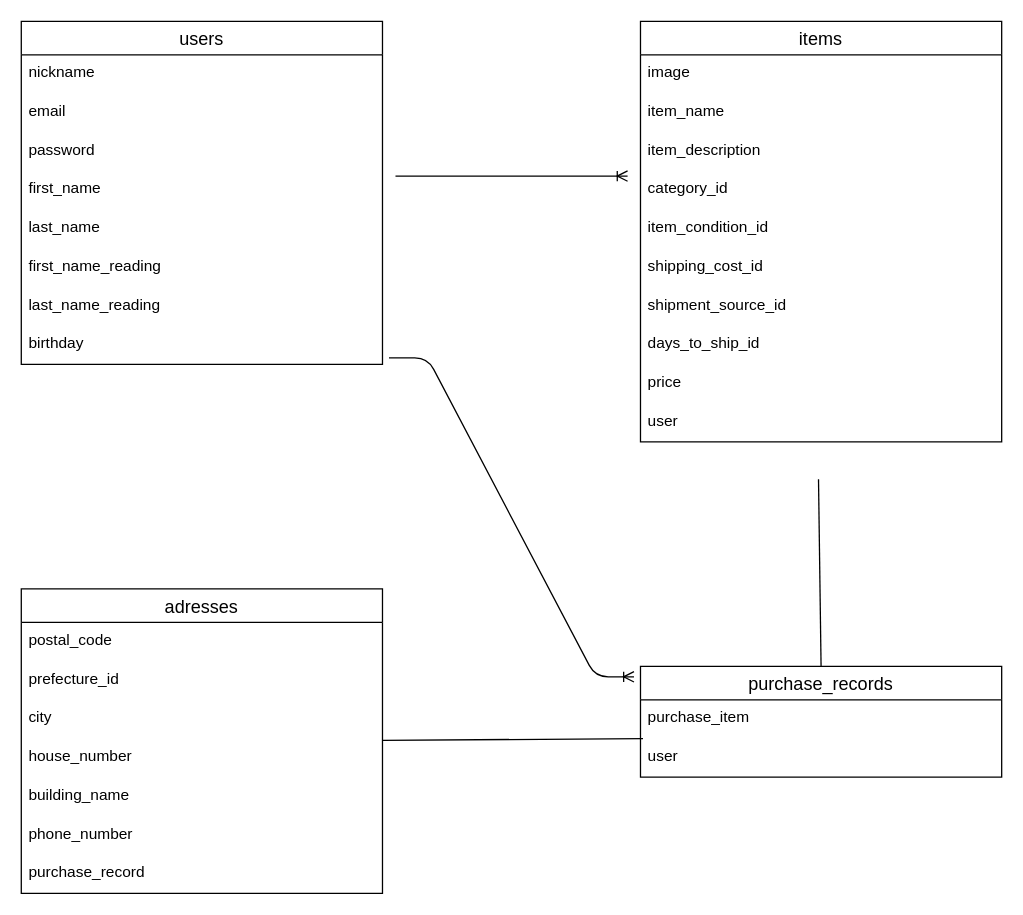
The draw.io diagram er.dio in tkm-mkzk/furima-32123, before the edit. Source tidied: cells renumbered, new cells numbered last; positions are measured from the earlier drawing's top-left corner, leaving out a move shared by most shapes. Both pictures are drawn from the tidied source at 129%, with x=0, y=0 at pixel (21, 21).
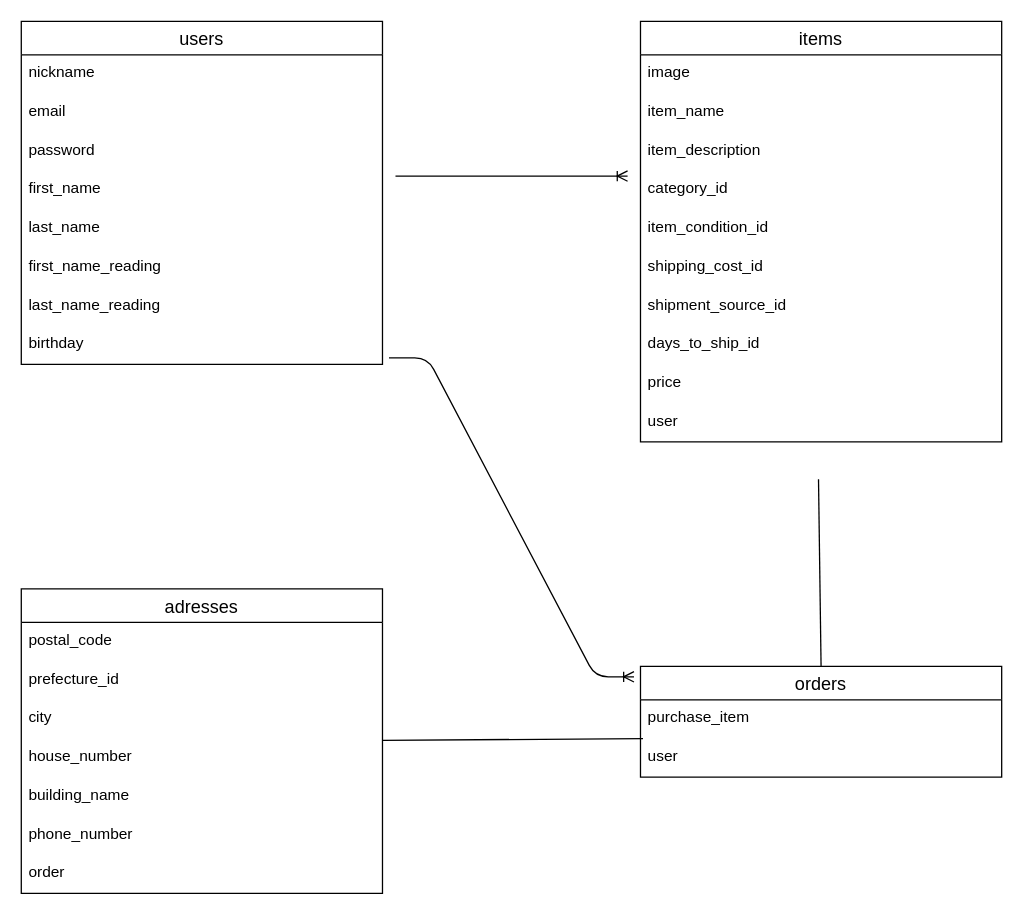
Above is the later version.

Unchanged cells that the change refers to:
```xml
<mxCell id="22" value="adresses" style="swimlane;fontStyle=0;horizontal=1;startSize=26;align=center;fontSize=14;" parent="1" vertex="1">
  <mxGeometry y="440" width="280" height="236" as="geometry" />
</mxCell>
```

Change to the diagram source:
```diff
@@
-    <mxCell id="29" value="purchase_record" style="text;strokeColor=none;fillColor=none;spacingLeft=4;spacingRight=4;overflow=hidden;fontSize=12;" parent="22" vertex="1">
+    <mxCell id="29" value="order" style="text;strokeColor=none;fillColor=none;spacingLeft=4;spacingRight=4;overflow=hidden;fontSize=12;" parent="22" vertex="1">
       <mxGeometry y="206" width="280" height="30" as="geometry" />
     </mxCell>
@@
-    <mxCell id="33" value="purchase_records" style="swimlane;fontStyle=0;horizontal=1;startSize=26;align=center;fontSize=14;" parent="1" vertex="1">
+    <mxCell id="33" value="orders" style="swimlane;fontStyle=0;horizontal=1;startSize=26;align=center;fontSize=14;" parent="1" vertex="1">
       <mxGeometry x="480" y="500" width="280" height="86" as="geometry" />
     </mxCell>
```
